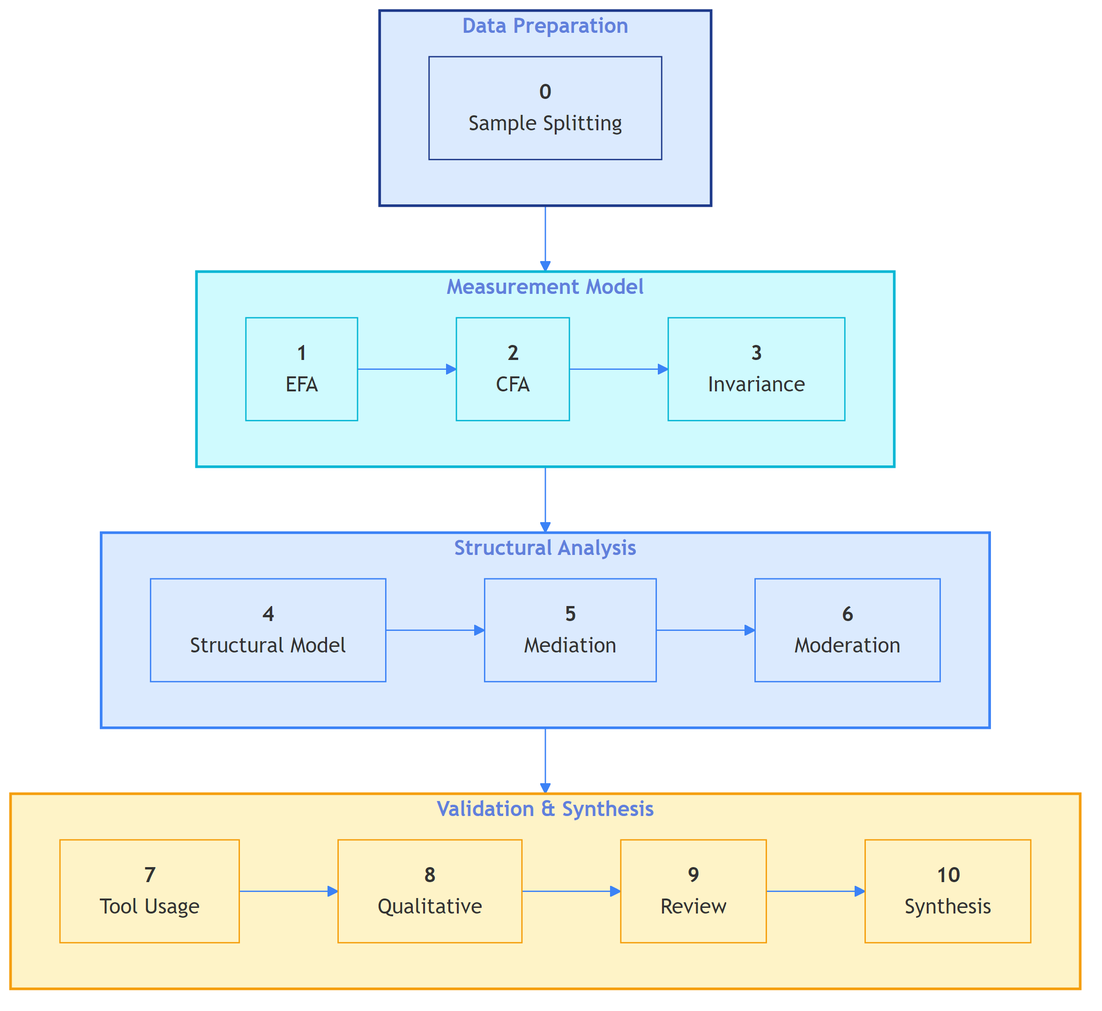
This is thesis-v2/output/mermaid/03_methodology_diagram_0.png from fabioc-aloha/AIRS_Data_Analysis, a Mermaid export, as it was before one commit. Its source is kept beside it as thesis-v2/output/mermaid/03_methodology_diagram_0.mmd.
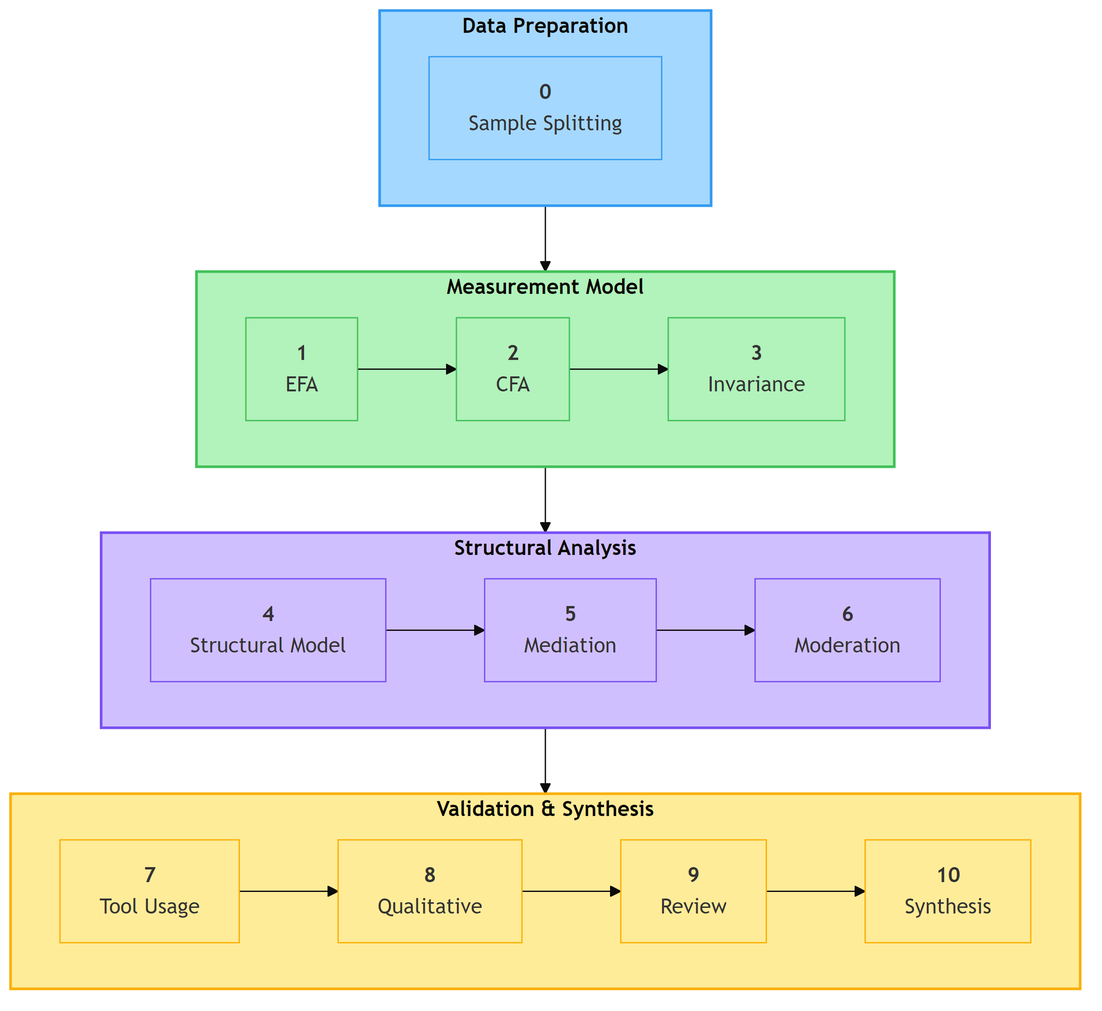
Above is the later version.

The edit, as a diff of the source:
```diff
@@ -1,4 +1,4 @@
-%%{init: {'theme': 'base', 'themeVariables': {'primaryColor': '#1e3a8a', 'lineColor': '#3b82f6'}}}%%
+%%{init: {'theme': 'base', 'themeVariables': {'edgeLabelBackground': '#ffffff'}}}%%
 flowchart TB
     subgraph stage1["<b>Data Preparation</b>"]
         P0["<b>0</b><br/>Sample Splitting"]
@@ -21,18 +21,18 @@
 
     stage1 --> stage2 --> stage3 --> stage4
 
-    style stage1 fill:#dbeafe,stroke:#1e3a8a,stroke-width:2px
-    style stage2 fill:#cffafe,stroke:#06b6d4,stroke-width:2px
-    style stage3 fill:#dbeafe,stroke:#3b82f6,stroke-width:2px
-    style stage4 fill:#fef3c7,stroke:#f59e0b,stroke-width:2px
-    style P0 fill:#dbeafe,stroke:#1e3a8a
-    style P1 fill:#cffafe,stroke:#06b6d4
-    style P2 fill:#cffafe,stroke:#06b6d4
-    style P3 fill:#cffafe,stroke:#06b6d4
-    style P4 fill:#dbeafe,stroke:#3b82f6
-    style P5 fill:#dbeafe,stroke:#3b82f6
-    style P6 fill:#dbeafe,stroke:#3b82f6
-    style P7 fill:#fef3c7,stroke:#f59e0b
-    style P8 fill:#fef3c7,stroke:#f59e0b
-    style P9 fill:#fef3c7,stroke:#f59e0b
-    style P10 fill:#fef3c7,stroke:#f59e0b
+    style stage1 fill:#a5d8ff,stroke:#339af0,stroke-width:2px
+    style stage2 fill:#b2f2bb,stroke:#40c057,stroke-width:2px
+    style stage3 fill:#d0bfff,stroke:#7950f2,stroke-width:2px
+    style stage4 fill:#ffec99,stroke:#fab005,stroke-width:2px
+    style P0 fill:#a5d8ff,stroke:#339af0
+    style P1 fill:#b2f2bb,stroke:#40c057
+    style P2 fill:#b2f2bb,stroke:#40c057
+    style P3 fill:#b2f2bb,stroke:#40c057
+    style P4 fill:#d0bfff,stroke:#7950f2
+    style P5 fill:#d0bfff,stroke:#7950f2
+    style P6 fill:#d0bfff,stroke:#7950f2
+    style P7 fill:#ffec99,stroke:#fab005
+    style P8 fill:#ffec99,stroke:#fab005
+    style P9 fill:#ffec99,stroke:#fab005
+    style P10 fill:#ffec99,stroke:#fab005
```
